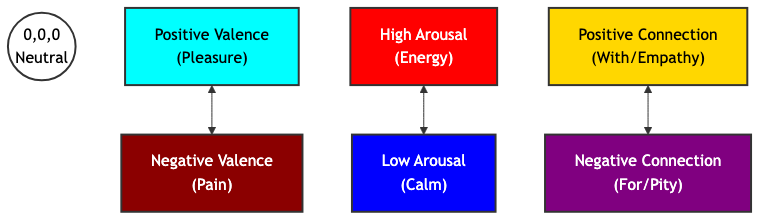
Earlier version of the Mermaid export docs/figures/fig2.png (jrgochan/l_o_v_e). Its source is kept beside it as docs/figures/fig2.mmd.
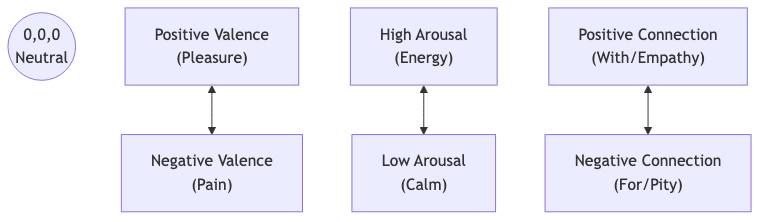
Above is the later version.

The edit, as a diff of the source:
```diff
@@ -3,11 +3,3 @@
     PosV["Positive Valence<br/>(Pleasure)"] <--> NegV["Negative Valence<br/>(Pain)"]
     HighA["High Arousal<br/>(Energy)"] <--> LowA["Low Arousal<br/>(Calm)"]
     PosC["Positive Connection<br/>(With/Empathy)"] <--> NegC["Negative Connection<br/>(For/Pity)"]
-
-    style PosV fill:#00FFFF,stroke:#333,stroke-width:2px,color:#000
-    style NegV fill:#8B0000,stroke:#333,stroke-width:2px,color:#FFF
-    style HighA fill:#FF0000,stroke:#333,stroke-width:2px,color:#FFF
-    style LowA fill:#0000FF,stroke:#333,stroke-width:2px,color:#FFF
-    style PosC fill:#FFD700,stroke:#333,stroke-width:2px,color:#000
-    style NegC fill:#800080,stroke:#333,stroke-width:2px,color:#FFF
-    style Center fill:#FFFFFF,stroke:#333,stroke-width:2px,color:#000
```
